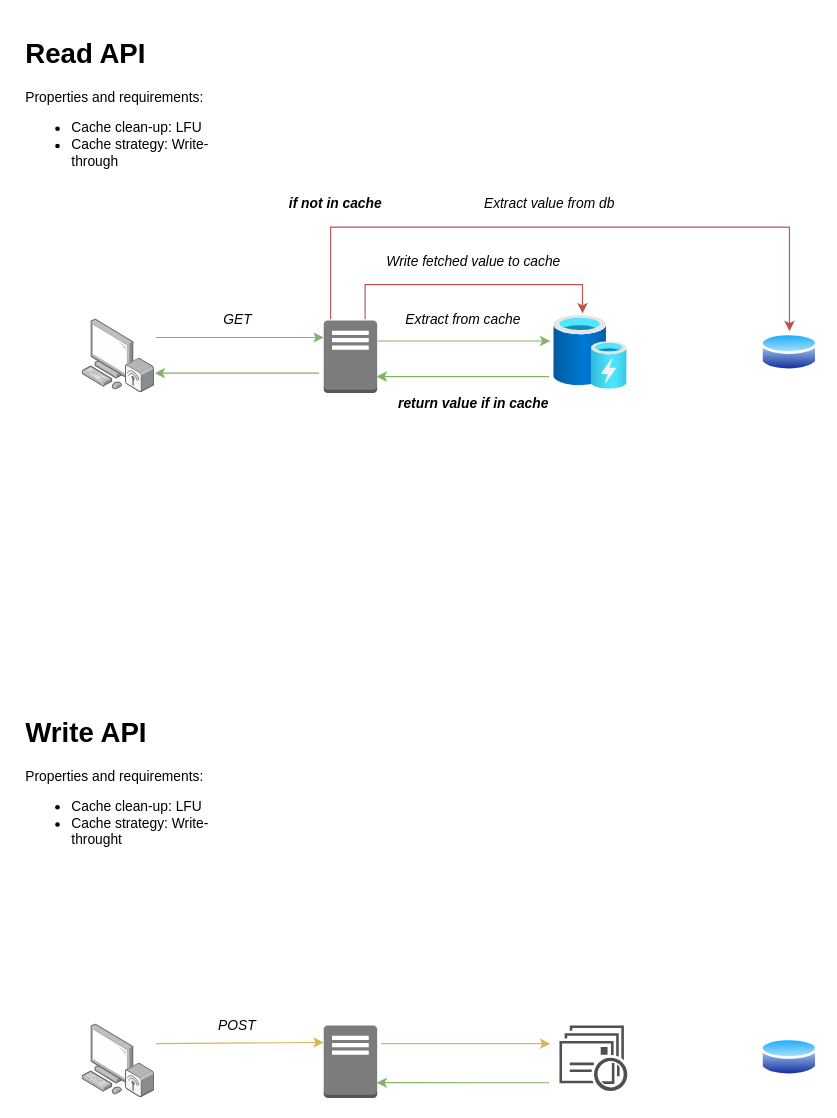
This is architecture.drawio from danorel/highload-communication, a draw.io file, before an edit. Source tidied: cells renumbered, new cells numbered last; positions are measured from the earlier drawing's top-left corner, leaving out a move shared by most shapes. Both pictures are drawn from the tidied source at 115%, with x=0, y=0 at pixel (20, 31).
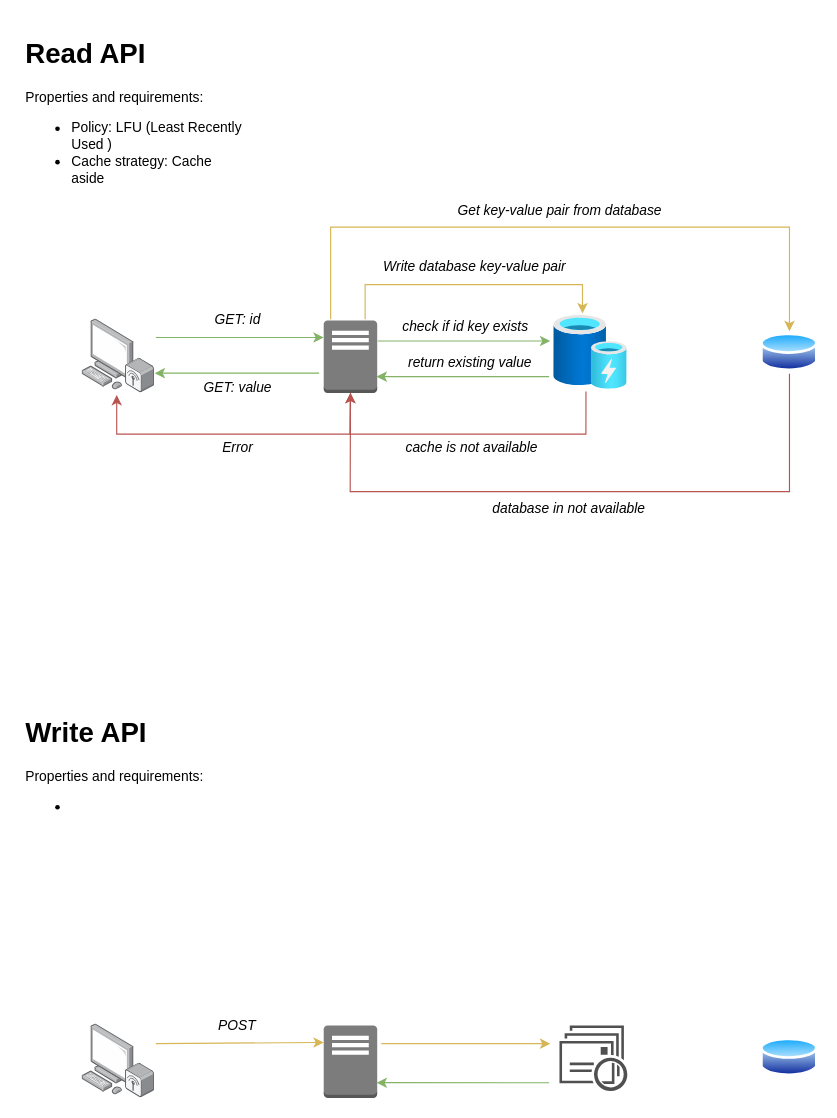
After the change.

The change refers to these unchanged cells:
```xml
<mxCell id="2" style="html=1;points=[];align=center;image;fontSize=12;image=img/lib/azure2/general/Cache.svg;" parent="1" vertex="1">
  <mxGeometry x="464" y="247" width="64" height="64" as="geometry" />
</mxCell>
<mxCell id="3" style="perimeter=ellipsePerimeter;html=1;align=center;shadow=0;dashed=0;spacingTop=3;image;image=img/lib/active_directory/database.svg;" parent="1" vertex="1">
  <mxGeometry x="644" y="260.5" width="50" height="37" as="geometry" />
</mxCell>
<mxCell id="4" style="points=[];html=1;align=center;shadow=0;dashed=0;image;image=img/lib/allied_telesis/computer_and_terminals/Personal_Computer_Wireless.svg;" parent="1" vertex="1">
  <mxGeometry x="54" y="250" width="63" height="64.2" as="geometry" />
</mxCell>
<mxCell id="5" style="outlineConnect=0;dashed=0;verticalLabelPosition=bottom;verticalAlign=top;align=center;html=1;shape=mxgraph.aws3.traditional_server;fillColor=#7D7C7C;gradientColor=none;" parent="1" vertex="1">
  <mxGeometry x="264" y="251.2" width="46.5" height="63" as="geometry" />
</mxCell>
```

Diff of the diagram source:
```diff
@@
-    <mxCell id="6" value="&lt;h1&gt;Read API&lt;/h1&gt;&lt;div&gt;Properties and requirements:&lt;/div&gt;&lt;p&gt;&lt;/p&gt;&lt;ul&gt;&lt;li&gt;Cache clean-up: LFU&amp;nbsp;&lt;/li&gt;&lt;li&gt;Cache strategy: Write-through&lt;/li&gt;&lt;/ul&gt;&lt;p&gt;&lt;/p&gt;" style="text;html=1;strokeColor=none;fillColor=none;spacing=5;spacingTop=-20;whiteSpace=wrap;overflow=hidden;rounded=0;" parent="1" vertex="1">
+    <mxCell id="6" value="&lt;h1&gt;Read API&lt;/h1&gt;&lt;div&gt;Properties and requirements:&lt;/div&gt;&lt;p&gt;&lt;/p&gt;&lt;ul&gt;&lt;li&gt;Policy: LFU (Least Recently Used )&lt;/li&gt;&lt;li&gt;Cache strategy: Cache aside&lt;/li&gt;&lt;/ul&gt;&lt;p&gt;&lt;/p&gt;" style="text;html=1;strokeColor=none;fillColor=none;spacing=5;spacingTop=-20;whiteSpace=wrap;overflow=hidden;rounded=0;" parent="1" vertex="1">
       <mxGeometry width="200" height="180" as="geometry" />
     </mxCell>
-    <mxCell id="7" value="&lt;h1&gt;Write API&lt;/h1&gt;&lt;div&gt;Properties and requirements:&lt;/div&gt;&lt;p&gt;&lt;ul&gt;&lt;li&gt;Cache clean-up: LFU&lt;/li&gt;&lt;li&gt;Cache strategy: Write-throught&lt;/li&gt;&lt;/ul&gt;&lt;/p&gt;" style="text;html=1;strokeColor=none;fillColor=none;spacing=5;spacingTop=-20;whiteSpace=wrap;overflow=hidden;rounded=0;" parent="1" vertex="1">
+    <mxCell id="7" value="&lt;h1&gt;Write API&lt;/h1&gt;&lt;div&gt;Properties and requirements:&lt;/div&gt;&lt;p&gt;&lt;/p&gt;&lt;ul&gt;&lt;li&gt;&lt;br&gt;&lt;/li&gt;&lt;/ul&gt;&lt;p&gt;&lt;/p&gt;" style="text;html=1;strokeColor=none;fillColor=none;spacing=5;spacingTop=-20;whiteSpace=wrap;overflow=hidden;rounded=0;" parent="1" vertex="1">
       <mxGeometry y="590" width="200" height="170" as="geometry" />
     </mxCell>
@@
-    <mxCell id="12" value="GET" style="text;html=1;align=center;verticalAlign=middle;strokeColor=none;fillColor=none;fontStyle=2;" parent="1" vertex="1">
-      <mxGeometry x="164" y="240.5" width="50" height="20" as="geometry" />
+    <mxCell id="12" value="GET: id" style="text;html=1;align=center;verticalAlign=middle;strokeColor=none;fillColor=none;fontStyle=2;" parent="1" vertex="1">
+      <mxGeometry x="159" y="240.5" width="60" height="20" as="geometry" />
     </mxCell>
@@
-    <mxCell id="19" value="Extract from cache" style="text;html=1;align=center;verticalAlign=middle;strokeColor=none;fillColor=none;fontStyle=2;" parent="1" vertex="1">
-      <mxGeometry x="314.5" y="240.5" width="140" height="20" as="geometry" />
+    <mxCell id="19" value="check if id key exists" style="text;html=1;align=center;verticalAlign=middle;strokeColor=none;fillColor=none;fontStyle=2;" parent="1" vertex="1">
+      <mxGeometry x="312" y="247" width="150" height="20" as="geometry" />
     </mxCell>
-    <mxCell id="20" style="endArrow=classic;html=1;rounded=0;fillColor=#f8cecc;strokeColor=#b85450;entryX=0.5;entryY=0;entryDx=0;entryDy=0;" parent="1" edge="1" target="3">
+    <mxCell id="20" style="endArrow=classic;html=1;rounded=0;fillColor=#fff2cc;strokeColor=#d6b656;entryX=0.5;entryY=0;entryDx=0;entryDy=0;" parent="1" edge="1" target="3">
       <mxGeometry relative="1" as="geometry">
         <mxPoint x="270" y="250" as="sourcePoint" />
         <Array as="points">
           <mxPoint x="270" y="200" />
           <mxPoint x="270" y="170" />
           <mxPoint x="500" y="170" />
           <mxPoint x="669" y="170" />
           <mxPoint x="669" y="220" />
         </Array>
       </mxGeometry>
     </mxCell>
-    <mxCell id="21" value="Extract value from db" style="text;html=1;align=center;verticalAlign=middle;strokeColor=none;fillColor=none;fontStyle=2;" parent="1" vertex="1">
-      <mxGeometry x="380" y="140" width="160" height="20" as="geometry" />
+    <mxCell id="21" value="Get key-value pair from database" style="text;html=1;align=center;verticalAlign=middle;strokeColor=none;fillColor=none;fontStyle=2;" parent="1" vertex="1">
+      <mxGeometry x="349" y="146" width="240" height="20" as="geometry" />
     </mxCell>
@@
-    <mxCell id="23" value="if not in cache&lt;br&gt;" style="text;html=1;align=center;verticalAlign=middle;strokeColor=none;fillColor=none;fontStyle=3;" parent="1" vertex="1">
-      <mxGeometry x="214" y="140" width="120" height="20" as="geometry" />
-    </mxCell>
-    <mxCell id="24" value="return value if in cache" style="text;html=1;align=center;verticalAlign=middle;strokeColor=none;fillColor=none;fontStyle=3;" parent="1" vertex="1">
-      <mxGeometry x="304" y="314.2" width="180" height="20" as="geometry" />
+    <mxCell id="24" value="return existing value" style="text;html=1;align=center;verticalAlign=middle;strokeColor=none;fillColor=none;fontStyle=2;" parent="1" vertex="1">
+      <mxGeometry x="316" y="277.5" width="150" height="20" as="geometry" />
     </mxCell>
-    <mxCell id="25" style="endArrow=classic;html=1;rounded=0;entryX=0.391;entryY=-0.031;entryDx=0;entryDy=0;entryPerimeter=0;fillColor=#f8cecc;strokeColor=#b85450;" parent="1" edge="1" target="2">
+    <mxCell id="25" style="endArrow=classic;html=1;rounded=0;entryX=0.391;entryY=-0.031;entryDx=0;entryDy=0;entryPerimeter=0;fillColor=#fff2cc;strokeColor=#d6b656;" parent="1" edge="1" target="2">
       <mxGeometry relative="1" as="geometry">
         <mxPoint x="300" y="250" as="sourcePoint" />
         <Array as="points">
           <mxPoint x="300" y="220" />
           <mxPoint x="489" y="220" />
         </Array>
       </mxGeometry>
     </mxCell>
-    <mxCell id="26" value="Write fetched value to cache" style="text;html=1;align=center;verticalAlign=middle;strokeColor=none;fillColor=none;fontStyle=2;" parent="1" vertex="1">
-      <mxGeometry x="294" y="190" width="200" height="20" as="geometry" />
+    <mxCell id="26" value="Write database key-value pair" style="text;html=1;align=center;verticalAlign=middle;strokeColor=none;fillColor=none;fontStyle=2;" parent="1" vertex="1">
+      <mxGeometry x="290" y="195" width="210" height="20" as="geometry" />
     </mxCell>
@@
+    <mxCell id="28" style="endArrow=classic;html=1;rounded=0;strokeColor=#b85450;exitX=0.438;exitY=1.031;exitDx=0;exitDy=0;exitPerimeter=0;entryX=0.5;entryY=1;entryDx=0;entryDy=0;entryPerimeter=0;fillColor=#f8cecc;" parent="1" edge="1" source="2" target="5">
+      <mxGeometry relative="1" as="geometry">
+        <Array as="points">
+          <mxPoint x="492" y="350" />
+          <mxPoint x="287" y="350" />
+        </Array>
+      </mxGeometry>
+    </mxCell>
+    <mxCell id="29" value="cache is not available" style="text;html=1;strokeColor=none;fillColor=none;align=center;verticalAlign=middle;whiteSpace=wrap;rounded=0;fontStyle=2;" parent="1" vertex="1">
+      <mxGeometry x="288.8" y="347" width="208.2" height="30" as="geometry" />
+    </mxCell>
+    <mxCell id="30" value="database in not available" style="text;html=1;strokeColor=none;fillColor=none;align=center;verticalAlign=middle;whiteSpace=wrap;rounded=0;fontStyle=2;" parent="1" vertex="1">
+      <mxGeometry x="390" y="400" width="174.5" height="30" as="geometry" />
+    </mxCell>
+    <mxCell id="31" style="endArrow=classic;html=1;rounded=0;strokeColor=#b85450;exitX=0.5;exitY=1;exitDx=0;exitDy=0;entryX=0.5;entryY=1;entryDx=0;entryDy=0;entryPerimeter=0;fillColor=#f8cecc;" parent="1" edge="1" source="3" target="5">
+      <mxGeometry relative="1" as="geometry">
+        <Array as="points">
+          <mxPoint x="669" y="400" />
+          <mxPoint x="470" y="400" />
+          <mxPoint x="287" y="400" />
+        </Array>
+      </mxGeometry>
+    </mxCell>
+    <mxCell id="32" style="endArrow=classic;html=1;rounded=0;strokeColor=#b85450;exitX=0.5;exitY=1;exitDx=0;exitDy=0;exitPerimeter=0;entryX=0.476;entryY=1.028;entryDx=0;entryDy=0;entryPerimeter=0;fillColor=#f8cecc;" parent="1" edge="1" source="5" target="4">
+      <mxGeometry relative="1" as="geometry">
+        <Array as="points">
+          <mxPoint x="287" y="350" />
+          <mxPoint x="84" y="350" />
+        </Array>
+      </mxGeometry>
+    </mxCell>
+    <mxCell id="33" value="Error" style="text;html=1;align=center;verticalAlign=middle;strokeColor=none;fillColor=none;fontStyle=2;" parent="1" vertex="1">
+      <mxGeometry x="164" y="352" width="50" height="20" as="geometry" />
+    </mxCell>
+    <mxCell id="34" value="GET: value" style="text;html=1;align=center;verticalAlign=middle;strokeColor=none;fillColor=none;fontStyle=2;" parent="1" vertex="1">
+      <mxGeometry x="144" y="300" width="90" height="20" as="geometry" />
+    </mxCell>
```
